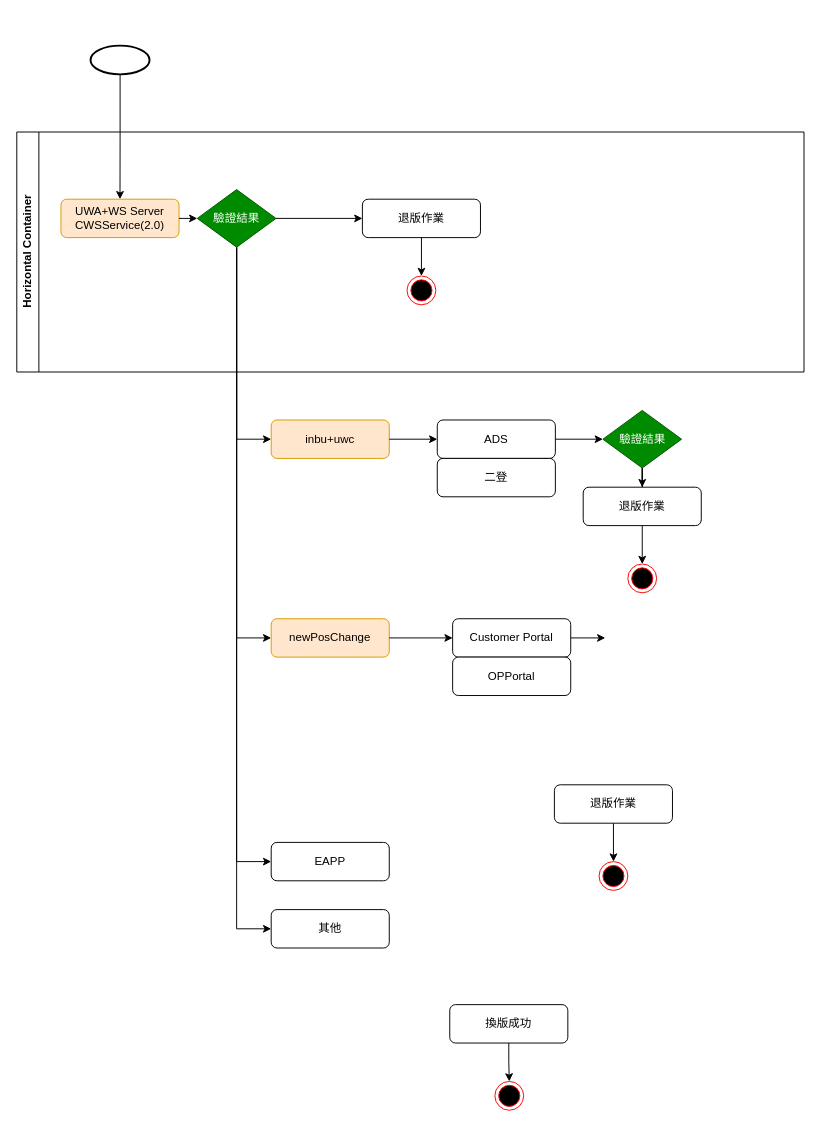
The draw.io diagram 未命名绘图.drawio in chenegg/chenegg.github.io, before the edit. Source tidied: cells renumbered, new cells numbered last; positions are measured from the earlier drawing's top-left corner, leaving out a move shared by most shapes. Both pictures are drawn from the tidied source at 96%, with x=0, y=0 at pixel (16, 45).
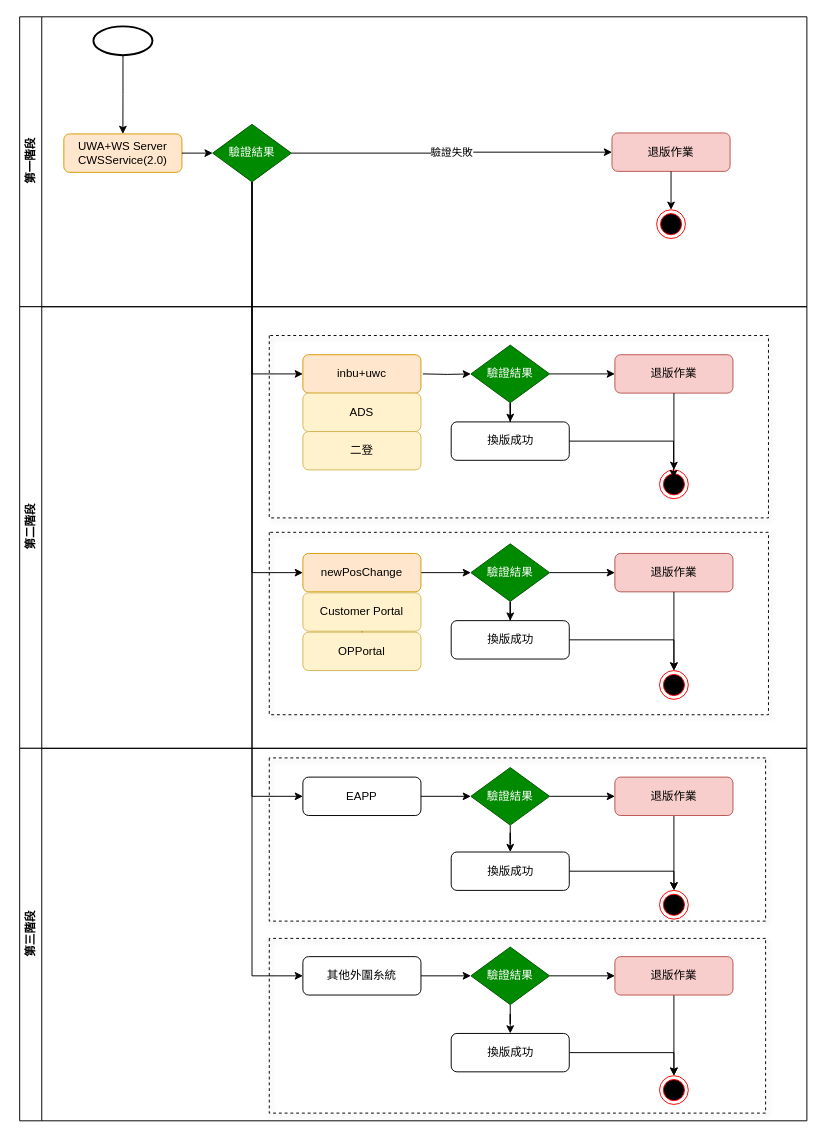
The same page after the edit.

Commit message (it also covers changes not shown here):
更新未命名绘图.drawio

The edit, as a diff of the source:
```diff
@@
     <mxCell id="2" value="UWA+WS Server&lt;div&gt;CWSService(2.0)&lt;/div&gt;" style="rounded=1;whiteSpace=wrap;html=1;fontSize=12;glass=0;strokeWidth=1;shadow=0;fillColor=#ffe6cc;strokeColor=#d79b00;" parent="1" vertex="1">
-      <mxGeometry x="46" y="160" width="123" height="40" as="geometry" />
+      <mxGeometry x="49" y="92" width="123" height="40" as="geometry" />
     </mxCell>
@@
-    <mxCell id="4" style="strokeWidth=2;html=1;shape=mxgraph.flowchart.start_1;whiteSpace=wrap;" parent="1" vertex="1">
-      <mxGeometry x="76.8" width="61.5" height="30" as="geometry" />
-    </mxCell>
-    <mxCell id="5" style="edgeStyle=orthogonalEdgeStyle;rounded=0;jettySize=auto;html=1;entryX=0.5;entryY=0;entryDx=0;entryDy=0;" parent="1" edge="1" source="6" target="7">
-      <mxGeometry relative="1" as="geometry" />
-    </mxCell>
-    <mxCell id="6" value="退版作業" style="rounded=1;whiteSpace=wrap;html=1;fontSize=12;glass=0;strokeWidth=1;shadow=0;" parent="1" vertex="1">
-      <mxGeometry x="560" y="770" width="123" height="40" as="geometry" />
-    </mxCell>
-    <mxCell id="7" style="ellipse;html=1;shape=endState;fillColor=#000000;strokeColor=#ff0000;" parent="1" vertex="1">
-      <mxGeometry x="606.5" y="850" width="30" height="30" as="geometry" />
-    </mxCell>
@@
     <mxCell id="11" value="inbu+uwc" style="rounded=1;whiteSpace=wrap;html=1;fontSize=12;glass=0;strokeWidth=1;shadow=0;fillColor=#ffe6cc;strokeColor=#d79b00;" parent="1" vertex="1">
-      <mxGeometry x="265" y="390" width="123" height="40" as="geometry" />
+      <mxGeometry x="298" y="322" width="123" height="40" as="geometry" />
     </mxCell>
@@
+    <mxCell id="39" style="edgeStyle=orthogonalEdgeStyle;rounded=0;jettySize=auto;html=1;entryX=0;entryY=0.5;entryDx=0;entryDy=0;" parent="1" edge="1" source="13" target="48">
+      <mxGeometry relative="1" as="geometry" />
+    </mxCell>
     <mxCell id="13" value="newPosChange" style="rounded=1;whiteSpace=wrap;html=1;fontSize=12;glass=0;strokeWidth=1;shadow=0;fillColor=#ffe6cc;strokeColor=#d79b00;" parent="1" vertex="1">
-      <mxGeometry x="265" y="597" width="123" height="40" as="geometry" />
+      <mxGeometry x="298" y="529" width="123" height="40" as="geometry" />
     </mxCell>
+    <mxCell id="40" style="edgeStyle=orthogonalEdgeStyle;rounded=0;jettySize=auto;html=1;entryX=0;entryY=0.5;entryDx=0;entryDy=0;" parent="1" edge="1" source="14" target="59">
+      <mxGeometry relative="1" as="geometry" />
+    </mxCell>
     <mxCell id="14" value="EAPP" style="rounded=1;whiteSpace=wrap;html=1;fontSize=12;glass=0;strokeWidth=1;shadow=0;" parent="1" vertex="1">
-      <mxGeometry x="265" y="830" width="123" height="40" as="geometry" />
+      <mxGeometry x="298" y="762" width="123" height="40" as="geometry" />
     </mxCell>
-    <mxCell id="15" value="其他" style="rounded=1;whiteSpace=wrap;html=1;fontSize=12;glass=0;strokeWidth=1;shadow=0;" parent="1" vertex="1">
-      <mxGeometry x="265" y="900" width="123" height="40" as="geometry" />
-    </mxCell>
     <mxCell id="16" value="驗證結果" style="rhombus;whiteSpace=wrap;html=1;fillColor=#008a00;fontColor=#ffffff;strokeColor=#005700;" parent="1" vertex="1">
-      <mxGeometry x="188" y="150" width="82" height="60" as="geometry" />
+      <mxGeometry x="204" y="82" width="82" height="60" as="geometry" />
     </mxCell>
-    <mxCell id="17" style="edgeStyle=orthogonalEdgeStyle;rounded=0;jettySize=auto;html=1;entryX=0;entryY=0.5;entryDx=0;entryDy=0;" parent="1" edge="1" source="16" target="36">
+    <mxCell id="17" value="驗證失敗" style="edgeStyle=orthogonalEdgeStyle;rounded=0;jettySize=auto;html=1;entryX=0;entryY=0.5;entryDx=0;entryDy=0;" parent="1" edge="1" source="16" target="36">
       <mxGeometry relative="1" as="geometry" />
     </mxCell>
+    <mxCell id="41" style="edgeStyle=orthogonalEdgeStyle;rounded=0;jettySize=auto;html=1;" parent="1" edge="1" source="18" target="19">
+      <mxGeometry relative="1" as="geometry" />
+    </mxCell>
-    <mxCell id="18" value="&lt;span style=&quot;text-align: left;&quot;&gt;Customer Portal&lt;/span&gt;" style="rounded=1;whiteSpace=wrap;html=1;fontSize=12;glass=0;strokeWidth=1;shadow=0;" parent="1" vertex="1">
-      <mxGeometry x="454" y="597" width="123" height="40" as="geometry" />
+    <mxCell id="18" value="&lt;span style=&quot;text-align: left;&quot;&gt;Customer Portal&lt;/span&gt;" style="rounded=1;whiteSpace=wrap;html=1;fontSize=12;glass=0;strokeWidth=1;shadow=0;fillColor=#fff2cc;strokeColor=#d6b656;" parent="1" vertex="1">
+      <mxGeometry x="298" y="570" width="123" height="40" as="geometry" />
     </mxCell>
-    <mxCell id="19" value="&lt;div style=&quot;text-align: left;&quot;&gt;&lt;span style=&quot;background-color: initial;&quot;&gt;OPPortal&lt;/span&gt;&lt;/div&gt;" style="rounded=1;whiteSpace=wrap;html=1;fontSize=12;glass=0;strokeWidth=1;shadow=0;" parent="1" vertex="1">
-      <mxGeometry x="454" y="637" width="123" height="40" as="geometry" />
-    </mxCell>
-    <mxCell id="20" style="ellipse;html=1;shape=endState;fillColor=#000000;strokeColor=#ff0000;" parent="1" vertex="1">
-      <mxGeometry x="498" y="1079" width="30" height="30" as="geometry" />
-    </mxCell>
-    <mxCell id="21" style="edgeStyle=orthogonalEdgeStyle;rounded=0;jettySize=auto;html=1;" parent="1" edge="1" source="22" target="20">
-      <mxGeometry relative="1" as="geometry" />
-    </mxCell>
-    <mxCell id="22" value="換版成功" style="rounded=1;whiteSpace=wrap;html=1;fontSize=12;glass=0;strokeWidth=1;shadow=0;" parent="1" vertex="1">
-      <mxGeometry x="451" y="999" width="123" height="40" as="geometry" />
-    </mxCell>
-    <mxCell id="23" value="ADS" style="rounded=1;whiteSpace=wrap;html=1;fontSize=12;glass=0;strokeWidth=1;shadow=0;" parent="1" vertex="1">
-      <mxGeometry x="438" y="390" width="123" height="40" as="geometry" />
-    </mxCell>
-    <mxCell id="24" value="二登" style="rounded=1;whiteSpace=wrap;html=1;fontSize=12;glass=0;strokeWidth=1;shadow=0;" parent="1" vertex="1">
-      <mxGeometry x="438" y="430" width="123" height="40" as="geometry" />
-    </mxCell>
-    <mxCell id="25" style="edgeStyle=orthogonalEdgeStyle;rounded=0;jettySize=auto;html=1;entryX=0.5;entryY=0;entryDx=0;entryDy=0;" parent="1" edge="1" source="26" target="29">
-      <mxGeometry relative="1" as="geometry" />
-    </mxCell>
-    <mxCell id="26" value="驗證結果" style="rhombus;whiteSpace=wrap;html=1;fillColor=#008a00;fontColor=#ffffff;strokeColor=#005700;" parent="1" vertex="1">
-      <mxGeometry x="610.5" y="380" width="82" height="60" as="geometry" />
-    </mxCell>
-    <mxCell id="27" style="edgeStyle=orthogonalEdgeStyle;rounded=0;jettySize=auto;html=1;" parent="1" edge="1" source="23" target="26">
-      <mxGeometry relative="1" as="geometry" />
+    <mxCell id="27" style="edgeStyle=orthogonalEdgeStyle;rounded=0;jettySize=auto;html=1;" parent="1" edge="1" target="26">
+      <mxGeometry relative="1" as="geometry">
+        <mxPoint x="423" y="342" as="sourcePoint" />
+      </mxGeometry>
     </mxCell>
-    <mxCell id="28" style="edgeStyle=orthogonalEdgeStyle;rounded=0;jettySize=auto;html=1;entryX=0.5;entryY=0;entryDx=0;entryDy=0;" parent="1" edge="1" source="29" target="30">
-      <mxGeometry relative="1" as="geometry" />
-    </mxCell>
-    <mxCell id="29" value="退版作業" style="rounded=1;whiteSpace=wrap;html=1;fontSize=12;glass=0;strokeWidth=1;shadow=0;" parent="1" vertex="1">
-      <mxGeometry x="590" y="460" width="123" height="40" as="geometry" />
-    </mxCell>
-    <mxCell id="30" style="ellipse;html=1;shape=endState;fillColor=#000000;strokeColor=#ff0000;" parent="1" vertex="1">
-      <mxGeometry x="636.5" y="540" width="30" height="30" as="geometry" />
-    </mxCell>
@@
-    <mxCell id="32" style="edgeStyle=orthogonalEdgeStyle;rounded=0;jettySize=auto;html=1;" parent="1" edge="1" source="11" target="23">
-      <mxGeometry relative="1" as="geometry" />
-    </mxCell>
-    <mxCell id="33" style="edgeStyle=orthogonalEdgeStyle;rounded=0;jettySize=auto;html=1;entryX=0;entryY=0.5;entryDx=0;entryDy=0;" parent="1" edge="1" source="13" target="18">
-      <mxGeometry relative="1" as="geometry" />
-    </mxCell>
-    <mxCell id="34" style="edgeStyle=orthogonalEdgeStyle;rounded=0;jettySize=auto;html=1;entryX=0;entryY=0.5;entryDx=0;entryDy=0;" parent="1" edge="1" source="18">
-      <mxGeometry relative="1" as="geometry">
-        <mxPoint x="613" y="617" as="targetPoint" />
-      </mxGeometry>
-    </mxCell>
-    <mxCell id="35" value="Horizontal Container" style="swimlane;horizontal=0;whiteSpace=wrap;html=1;" parent="1" vertex="1">
-      <mxGeometry y="90" width="820" height="250" as="geometry" />
+    <mxCell id="35" value="第一階段" style="swimlane;horizontal=0;whiteSpace=wrap;html=1;" parent="1" vertex="1">
+      <mxGeometry x="3" y="-30" width="820" height="302" as="geometry" />
     </mxCell>
-    <mxCell id="36" value="退版作業" style="rounded=1;whiteSpace=wrap;html=1;fontSize=12;glass=0;strokeWidth=1;shadow=0;" parent="35" vertex="1">
-      <mxGeometry x="360" y="70" width="123" height="40" as="geometry" />
+    <mxCell id="36" value="退版作業" style="rounded=1;whiteSpace=wrap;html=1;fontSize=12;glass=0;strokeWidth=1;shadow=0;fillColor=#f8cecc;strokeColor=#b85450;" parent="35" vertex="1">
+      <mxGeometry x="617" y="121" width="123" height="40" as="geometry" />
     </mxCell>
     <mxCell id="37" style="ellipse;html=1;shape=endState;fillColor=#000000;strokeColor=#ff0000;" parent="35" vertex="1">
-      <mxGeometry x="406.5" y="150" width="30" height="30" as="geometry" />
+      <mxGeometry x="663.5" y="201" width="30" height="30" as="geometry" />
     </mxCell>
@@
+    <mxCell id="4" style="strokeWidth=2;html=1;shape=mxgraph.flowchart.start_1;whiteSpace=wrap;" parent="35" vertex="1">
+      <mxGeometry x="76.8" y="10" width="61.5" height="30" as="geometry" />
+    </mxCell>
+    <mxCell id="42" value="第二階段" style="swimlane;horizontal=0;whiteSpace=wrap;html=1;" parent="1" vertex="1">
+      <mxGeometry x="3" y="272" width="820" height="460" as="geometry" />
+    </mxCell>
+    <mxCell id="43" value="退版作業" style="rounded=1;whiteSpace=wrap;html=1;fontSize=12;glass=0;strokeWidth=1;shadow=0;fillColor=#f8cecc;strokeColor=#b85450;" parent="42" vertex="1">
+      <mxGeometry x="620" y="257" width="123" height="40" as="geometry" />
+    </mxCell>
+    <mxCell id="44" style="edgeStyle=orthogonalEdgeStyle;rounded=0;jettySize=auto;html=1;entryX=0.5;entryY=0;entryDx=0;entryDy=0;" parent="42" edge="1" source="43" target="54">
+      <mxGeometry relative="1" as="geometry" />
+    </mxCell>
+    <mxCell id="24" value="二登" style="rounded=1;whiteSpace=wrap;html=1;fontSize=12;glass=0;strokeWidth=1;shadow=0;fillColor=#fff2cc;strokeColor=#d6b656;" parent="42" vertex="1">
+      <mxGeometry x="295" y="130" width="123" height="40" as="geometry" />
+    </mxCell>
+    <mxCell id="23" value="ADS" style="rounded=1;whiteSpace=wrap;html=1;fontSize=12;glass=0;strokeWidth=1;shadow=0;fillColor=#fff2cc;strokeColor=#d6b656;" parent="42" vertex="1">
+      <mxGeometry x="295" y="90" width="123" height="40" as="geometry" />
+    </mxCell>
+    <mxCell id="45" style="edgeStyle=orthogonalEdgeStyle;rounded=0;jettySize=auto;html=1;entryX=0.5;entryY=0;entryDx=0;entryDy=0;" parent="42" edge="1" source="26" target="49">
+      <mxGeometry relative="1" as="geometry" />
+    </mxCell>
+    <mxCell id="26" value="驗證結果" style="rhombus;whiteSpace=wrap;html=1;fillColor=#008a00;fontColor=#ffffff;strokeColor=#005700;" parent="42" vertex="1">
+      <mxGeometry x="470" y="40" width="82" height="60" as="geometry" />
+    </mxCell>
+    <mxCell id="29" value="退版作業" style="rounded=1;whiteSpace=wrap;html=1;fontSize=12;glass=0;strokeWidth=1;shadow=0;fillColor=#f8cecc;strokeColor=#b85450;" parent="42" vertex="1">
+      <mxGeometry x="620" y="50" width="123" height="40" as="geometry" />
+    </mxCell>
+    <mxCell id="25" style="edgeStyle=orthogonalEdgeStyle;rounded=0;jettySize=auto;html=1;entryX=0;entryY=0.5;entryDx=0;entryDy=0;" parent="42" edge="1" source="26" target="29">
+      <mxGeometry relative="1" as="geometry" />
+    </mxCell>
+    <mxCell id="28" style="edgeStyle=orthogonalEdgeStyle;rounded=0;jettySize=auto;html=1;entryX=0.5;entryY=0;entryDx=0;entryDy=0;" parent="42" edge="1" source="29" target="30">
+      <mxGeometry relative="1" as="geometry" />
+    </mxCell>
+    <mxCell id="19" value="&lt;div style=&quot;text-align: left;&quot;&gt;&lt;span style=&quot;background-color: initial;&quot;&gt;OPPortal&lt;/span&gt;&lt;/div&gt;" style="rounded=1;whiteSpace=wrap;html=1;fontSize=12;glass=0;strokeWidth=1;shadow=0;fillColor=#fff2cc;strokeColor=#d6b656;" parent="42" vertex="1">
+      <mxGeometry x="295" y="339" width="123" height="40" as="geometry" />
+    </mxCell>
+    <mxCell id="46" style="edgeStyle=orthogonalEdgeStyle;rounded=0;jettySize=auto;html=1;" parent="42" edge="1" source="48" target="43">
+      <mxGeometry relative="1" as="geometry" />
+    </mxCell>
+    <mxCell id="47" style="edgeStyle=orthogonalEdgeStyle;rounded=0;jettySize=auto;html=1;entryX=0.5;entryY=0;entryDx=0;entryDy=0;" parent="42" edge="1" source="48" target="51">
+      <mxGeometry relative="1" as="geometry" />
+    </mxCell>
+    <mxCell id="48" value="驗證結果" style="rhombus;whiteSpace=wrap;html=1;fillColor=#008a00;fontColor=#ffffff;strokeColor=#005700;" parent="42" vertex="1">
+      <mxGeometry x="470" y="247" width="82" height="60" as="geometry" />
+    </mxCell>
+    <mxCell id="49" value="換版成功" style="rounded=1;whiteSpace=wrap;html=1;fontSize=12;glass=0;strokeWidth=1;shadow=0;" parent="42" vertex="1">
+      <mxGeometry x="449.5" y="120" width="123" height="40" as="geometry" />
+    </mxCell>
+    <mxCell id="50" style="edgeStyle=orthogonalEdgeStyle;rounded=0;jettySize=auto;html=1;entryX=0.5;entryY=0;entryDx=0;entryDy=0;" parent="42" edge="1" source="51" target="54">
+      <mxGeometry relative="1" as="geometry" />
+    </mxCell>
+    <mxCell id="51" value="換版成功" style="rounded=1;whiteSpace=wrap;html=1;fontSize=12;glass=0;strokeWidth=1;shadow=0;" parent="42" vertex="1">
+      <mxGeometry x="449.5" y="327" width="123" height="40" as="geometry" />
+    </mxCell>
+    <mxCell id="52" style="swimlane;startSize=0;dashed=1;shadow=1;rounded=1;" parent="42" vertex="1">
+      <mxGeometry x="260" y="30" width="520" height="190" as="geometry" />
+    </mxCell>
+    <mxCell id="30" style="ellipse;html=1;shape=endState;fillColor=#000000;strokeColor=#ff0000;" parent="52" vertex="1">
+      <mxGeometry x="406.5" y="140" width="30" height="30" as="geometry" />
+    </mxCell>
+    <mxCell id="53" style="swimlane;startSize=0;dashed=1;shadow=1;rounded=1;" parent="42" vertex="1">
+      <mxGeometry x="260" y="235" width="520" height="190" as="geometry" />
+    </mxCell>
+    <mxCell id="54" style="ellipse;html=1;shape=endState;fillColor=#000000;strokeColor=#ff0000;" parent="53" vertex="1">
+      <mxGeometry x="406.5" y="144" width="30" height="30" as="geometry" />
+    </mxCell>
+    <mxCell id="55" style="edgeStyle=orthogonalEdgeStyle;rounded=0;jettySize=auto;html=1;entryX=0.488;entryY=0.284;entryDx=0;entryDy=0;entryPerimeter=0;" parent="42" edge="1" source="49" target="30">
+      <mxGeometry relative="1" as="geometry" />
+    </mxCell>
+    <mxCell id="56" value="第三階段" style="swimlane;horizontal=0;whiteSpace=wrap;html=1;" parent="1" vertex="1">
+      <mxGeometry x="3" y="732" width="820" height="388" as="geometry" />
+    </mxCell>
+    <mxCell id="5" style="edgeStyle=orthogonalEdgeStyle;rounded=0;jettySize=auto;html=1;entryX=0.5;entryY=0;entryDx=0;entryDy=0;" parent="56" edge="1" source="6" target="7">
+      <mxGeometry relative="1" as="geometry" />
+    </mxCell>
+    <mxCell id="6" value="退版作業" style="rounded=1;whiteSpace=wrap;html=1;fontSize=12;glass=0;strokeWidth=1;shadow=0;fillColor=#f8cecc;strokeColor=#b85450;" parent="56" vertex="1">
+      <mxGeometry x="620" y="30" width="123" height="40" as="geometry" />
+    </mxCell>
+    <mxCell id="57" style="edgeStyle=orthogonalEdgeStyle;rounded=0;jettySize=auto;html=1;" parent="56" edge="1" source="59" target="6">
+      <mxGeometry relative="1" as="geometry" />
+    </mxCell>
+    <mxCell id="58" style="edgeStyle=orthogonalEdgeStyle;rounded=0;jettySize=auto;html=1;entryX=0.5;entryY=0;entryDx=0;entryDy=0;" parent="56" edge="1" source="59" target="22">
+      <mxGeometry relative="1" as="geometry" />
+    </mxCell>
+    <mxCell id="59" value="驗證結果" style="rhombus;whiteSpace=wrap;html=1;fillColor=#008a00;fontColor=#ffffff;strokeColor=#005700;" parent="56" vertex="1">
+      <mxGeometry x="470" y="20" width="82" height="60" as="geometry" />
+    </mxCell>
+    <mxCell id="60" style="edgeStyle=orthogonalEdgeStyle;rounded=0;jettySize=auto;html=1;entryX=0;entryY=0.5;entryDx=0;entryDy=0;" parent="56" edge="1" source="15" target="64">
+      <mxGeometry relative="1" as="geometry" />
+    </mxCell>
+    <mxCell id="15" value="其他外圍糸統" style="rounded=1;whiteSpace=wrap;html=1;fontSize=12;glass=0;strokeWidth=1;shadow=0;" parent="56" vertex="1">
+      <mxGeometry x="295" y="217" width="123" height="40" as="geometry" />
+    </mxCell>
+    <mxCell id="61" style="edgeStyle=orthogonalEdgeStyle;rounded=0;jettySize=auto;html=1;entryX=0.5;entryY=0;entryDx=0;entryDy=0;" parent="56" edge="1" source="22" target="7">
+      <mxGeometry relative="1" as="geometry" />
+    </mxCell>
+    <mxCell id="22" value="換版成功" style="rounded=1;whiteSpace=wrap;html=1;fontSize=12;glass=0;strokeWidth=1;shadow=0;" parent="56" vertex="1">
+      <mxGeometry x="449.5" y="108" width="123" height="40" as="geometry" />
+    </mxCell>
+    <mxCell id="62" style="edgeStyle=orthogonalEdgeStyle;rounded=0;jettySize=auto;html=1;" parent="56" edge="1" source="64" target="66">
+      <mxGeometry relative="1" as="geometry" />
+    </mxCell>
+    <mxCell id="63" style="edgeStyle=orthogonalEdgeStyle;rounded=0;jettySize=auto;html=1;" parent="56" edge="1" source="64" target="68">
+      <mxGeometry relative="1" as="geometry" />
+    </mxCell>
+    <mxCell id="64" value="驗證結果" style="rhombus;whiteSpace=wrap;html=1;fillColor=#008a00;fontColor=#ffffff;strokeColor=#005700;" parent="56" vertex="1">
+      <mxGeometry x="470" y="207" width="82" height="60" as="geometry" />
+    </mxCell>
+    <mxCell id="65" style="edgeStyle=orthogonalEdgeStyle;rounded=0;jettySize=auto;html=1;entryX=0.5;entryY=0;entryDx=0;entryDy=0;" parent="56" edge="1" source="66" target="69">
+      <mxGeometry relative="1" as="geometry" />
+    </mxCell>
+    <mxCell id="66" value="換版成功" style="rounded=1;whiteSpace=wrap;html=1;fontSize=12;glass=0;strokeWidth=1;shadow=0;" parent="56" vertex="1">
+      <mxGeometry x="449.5" y="297" width="123" height="40" as="geometry" />
+    </mxCell>
+    <mxCell id="67" style="edgeStyle=orthogonalEdgeStyle;rounded=0;jettySize=auto;html=1;entryX=0.5;entryY=0;entryDx=0;entryDy=0;" parent="56" edge="1" source="68" target="69">
+      <mxGeometry relative="1" as="geometry" />
+    </mxCell>
+    <mxCell id="68" value="退版作業" style="rounded=1;whiteSpace=wrap;html=1;fontSize=12;glass=0;strokeWidth=1;shadow=0;fillColor=#f8cecc;strokeColor=#b85450;" parent="56" vertex="1">
+      <mxGeometry x="620" y="217" width="123" height="40" as="geometry" />
+    </mxCell>
+    <mxCell id="69" style="ellipse;html=1;shape=endState;fillColor=#000000;strokeColor=#ff0000;" parent="56" vertex="1">
+      <mxGeometry x="666.5" y="341" width="30" height="30" as="geometry" />
+    </mxCell>
+    <mxCell id="70" style="swimlane;startSize=0;dashed=1;shadow=1;rounded=1;" parent="56" vertex="1">
+      <mxGeometry x="260" y="10" width="517" height="170" as="geometry" />
+    </mxCell>
+    <mxCell id="7" style="ellipse;html=1;shape=endState;fillColor=#000000;strokeColor=#ff0000;" parent="70" vertex="1">
+      <mxGeometry x="406.5" y="138" width="30" height="30" as="geometry" />
+    </mxCell>
+    <mxCell id="71" style="swimlane;startSize=0;dashed=1;shadow=1;rounded=1;" parent="56" vertex="1">
+      <mxGeometry x="260" y="198" width="517" height="182" as="geometry" />
+    </mxCell>
```
